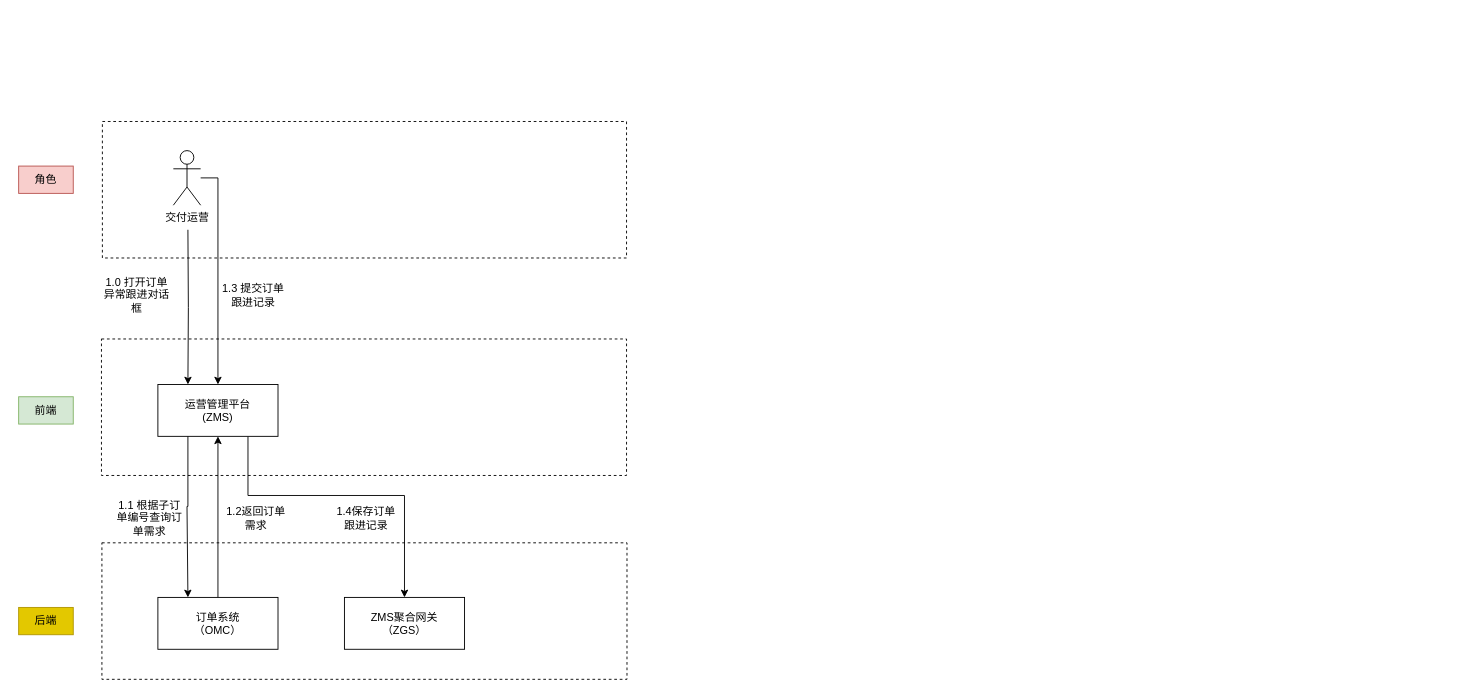
This is page "Page-1" (1 of 2) of docs/prd_01.drawio from lokiworks/codebase, a draw.io file, before an edit. Source tidied: cells renumbered, new cells numbered last; positions are measured from the earlier drawing's top-left corner, leaving out a move shared by most shapes. Both pictures are drawn from the tidied source at 91%, with x=0, y=0 at pixel (18, 121).
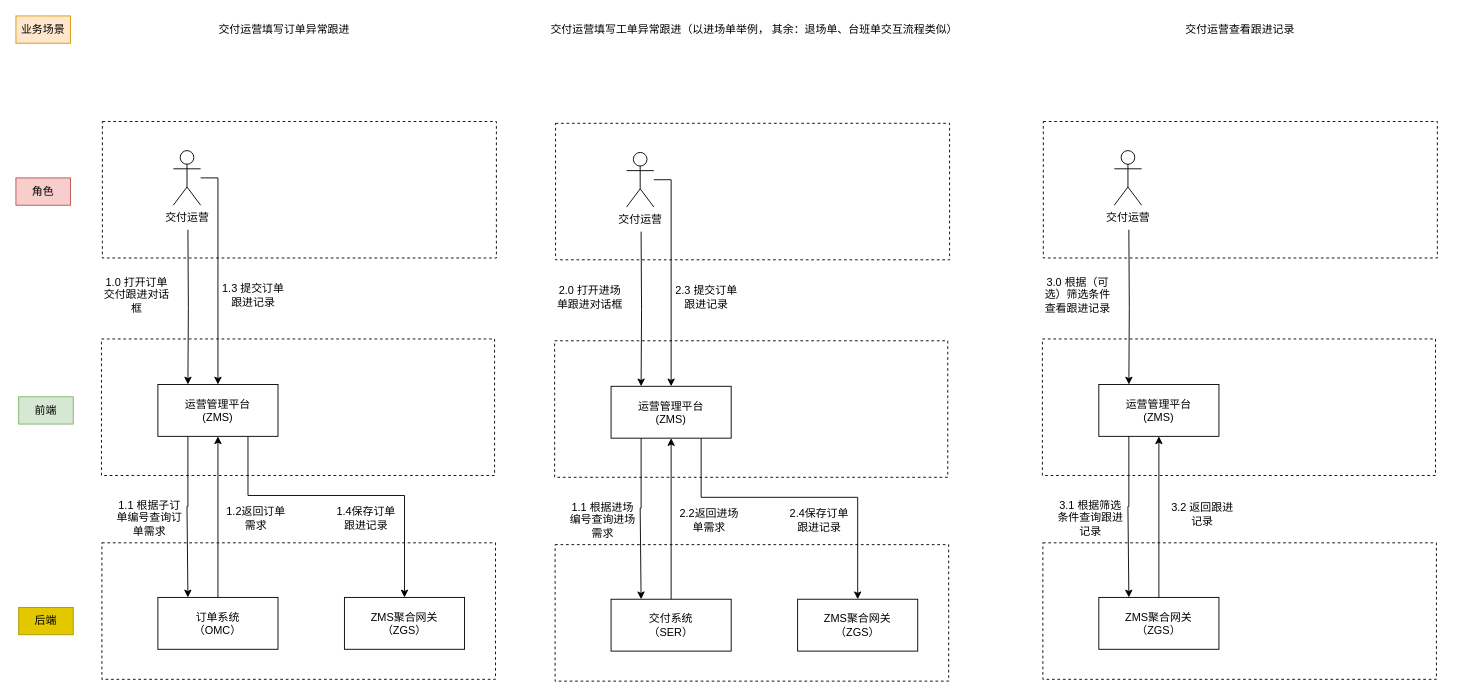
After the change.

Change to the diagram source:
```diff
@@
     <mxCell id="2" style="rounded=0;whiteSpace=wrap;html=1;dashed=1;" parent="1" vertex="1">
-      <mxGeometry x="91.5" y="463" width="577" height="150" as="geometry" />
+      <mxGeometry x="91.5" y="463" width="432.5" height="150" as="geometry" />
     </mxCell>
     <mxCell id="3" style="rounded=0;whiteSpace=wrap;html=1;dashed=1;" parent="1" vertex="1">
-      <mxGeometry x="91" y="239" width="577" height="150" as="geometry" />
+      <mxGeometry x="91" y="239" width="432" height="150" as="geometry" />
     </mxCell>
     <mxCell id="4" style="rounded=0;whiteSpace=wrap;html=1;dashed=1;" parent="1" vertex="1">
-      <mxGeometry x="92" width="576" height="150" as="geometry" />
+      <mxGeometry x="92" width="433" height="150" as="geometry" />
     </mxCell>
@@
     <mxCell id="12" value="角色" style="text;html=1;strokeColor=#b85450;fillColor=#f8cecc;align=center;verticalAlign=middle;whiteSpace=wrap;rounded=0;" parent="1" vertex="1">
-      <mxGeometry y="49" width="60" height="30" as="geometry" />
+      <mxGeometry x="-3" y="62" width="60" height="30" as="geometry" />
     </mxCell>
@@
-    <mxCell id="15" value="1.0 打开订单异常跟进对话框" style="text;html=1;strokeColor=none;fillColor=none;align=center;verticalAlign=middle;whiteSpace=wrap;rounded=0;dashed=1;" parent="1" vertex="1">
+    <mxCell id="15" value="1.0 打开订单交付跟进对话框" style="text;html=1;strokeColor=none;fillColor=none;align=center;verticalAlign=middle;whiteSpace=wrap;rounded=0;dashed=1;" parent="1" vertex="1">
       <mxGeometry x="92" y="173" width="76" height="36" as="geometry" />
     </mxCell>
@@
+    <mxCell id="22" value="业务场景" style="text;html=1;strokeColor=#d79b00;fillColor=#ffe6cc;align=center;verticalAlign=middle;whiteSpace=wrap;rounded=0;" parent="1" vertex="1">
+      <mxGeometry x="-3" y="-116" width="60" height="30" as="geometry" />
+    </mxCell>
+    <mxCell id="23" value="交付运营填写订单异常跟进" style="text;html=1;strokeColor=none;fillColor=none;align=center;verticalAlign=middle;whiteSpace=wrap;rounded=0;" parent="1" vertex="1">
+      <mxGeometry x="214" y="-116" width="156" height="30" as="geometry" />
+    </mxCell>
+    <mxCell id="24" style="rounded=0;whiteSpace=wrap;html=1;dashed=1;" parent="1" vertex="1">
+      <mxGeometry x="589.5" y="465" width="432.5" height="150" as="geometry" />
+    </mxCell>
+    <mxCell id="25" style="rounded=0;whiteSpace=wrap;html=1;dashed=1;" parent="1" vertex="1">
+      <mxGeometry x="589" y="241" width="432" height="150" as="geometry" />
+    </mxCell>
+    <mxCell id="26" style="rounded=0;whiteSpace=wrap;html=1;dashed=1;" parent="1" vertex="1">
+      <mxGeometry x="590" y="2" width="433" height="150" as="geometry" />
+    </mxCell>
+    <mxCell id="27" style="edgeStyle=orthogonalEdgeStyle;rounded=0;jettySize=auto;html=1;exitX=0.75;exitY=1;exitDx=0;exitDy=0;" parent="1" edge="1" source="28" target="38">
+      <mxGeometry relative="1" as="geometry">
+        <Array as="points">
+          <mxPoint x="750" y="413" />
+          <mxPoint x="922" y="413" />
+        </Array>
+      </mxGeometry>
+    </mxCell>
+    <mxCell id="28" value="运营管理平台&lt;br&gt;(ZMS)" style="rounded=0;whiteSpace=wrap;html=1;" parent="1" vertex="1">
+      <mxGeometry x="651" y="291" width="132" height="57" as="geometry" />
+    </mxCell>
+    <mxCell id="29" style="edgeStyle=orthogonalEdgeStyle;rounded=0;jettySize=auto;html=1;entryX=0.25;entryY=0;entryDx=0;entryDy=0;" parent="1" edge="1" target="28">
+      <mxGeometry relative="1" as="geometry">
+        <mxPoint x="684" y="121" as="sourcePoint" />
+      </mxGeometry>
+    </mxCell>
+    <mxCell id="30" style="edgeStyle=orthogonalEdgeStyle;rounded=0;jettySize=auto;html=1;entryX=0.5;entryY=0;entryDx=0;entryDy=0;" parent="1" edge="1" source="31" target="28">
+      <mxGeometry relative="1" as="geometry">
+        <Array as="points">
+          <mxPoint x="717" y="64" />
+        </Array>
+      </mxGeometry>
+    </mxCell>
+    <mxCell id="31" value="交付运营" style="shape=umlActor;verticalLabelPosition=bottom;verticalAlign=top;html=1;outlineConnect=0;" parent="1" vertex="1">
+      <mxGeometry x="668" y="34" width="30" height="60" as="geometry" />
+    </mxCell>
+    <mxCell id="32" style="edgeStyle=orthogonalEdgeStyle;rounded=0;jettySize=auto;html=1;exitX=0.5;exitY=0;exitDx=0;exitDy=0;entryX=0.5;entryY=1;entryDx=0;entryDy=0;" parent="1" edge="1" source="33" target="28">
+      <mxGeometry relative="1" as="geometry" />
+    </mxCell>
+    <mxCell id="33" value="交付系统&lt;br&gt;（SER）" style="rounded=0;whiteSpace=wrap;html=1;" parent="1" vertex="1">
+      <mxGeometry x="651" y="525" width="132" height="57" as="geometry" />
+    </mxCell>
+    <mxCell id="34" value="2.0 打开进场单跟进对话框" style="text;html=1;strokeColor=none;fillColor=none;align=center;verticalAlign=middle;whiteSpace=wrap;rounded=0;dashed=1;" parent="1" vertex="1">
+      <mxGeometry x="590" y="175" width="76" height="36" as="geometry" />
+    </mxCell>
+    <mxCell id="35" style="edgeStyle=orthogonalEdgeStyle;rounded=0;jettySize=auto;html=1;exitX=0.25;exitY=1;exitDx=0;exitDy=0;entryX=0.25;entryY=0;entryDx=0;entryDy=0;" parent="1" edge="1" source="28" target="33">
+      <mxGeometry relative="1" as="geometry">
+        <Array as="points">
+          <mxPoint x="684" y="425" />
+          <mxPoint x="683" y="425" />
+          <mxPoint x="683" y="525" />
+        </Array>
+      </mxGeometry>
+    </mxCell>
+    <mxCell id="36" value="1.1 根据进场编号查询进场需求" style="text;html=1;strokeColor=none;fillColor=none;align=center;verticalAlign=middle;whiteSpace=wrap;rounded=0;dashed=1;" parent="1" vertex="1">
+      <mxGeometry x="604" y="420" width="76" height="36" as="geometry" />
+    </mxCell>
+    <mxCell id="37" value="2.2返回进场单需求" style="text;html=1;strokeColor=none;fillColor=none;align=center;verticalAlign=middle;whiteSpace=wrap;rounded=0;dashed=1;" parent="1" vertex="1">
+      <mxGeometry x="721" y="420" width="76" height="36" as="geometry" />
+    </mxCell>
+    <mxCell id="38" value="ZMS聚合网关&lt;br&gt;（ZGS）" style="rounded=0;whiteSpace=wrap;html=1;" parent="1" vertex="1">
+      <mxGeometry x="856" y="525" width="132" height="57" as="geometry" />
+    </mxCell>
+    <mxCell id="39" value="2.4保存订单跟进记录" style="text;html=1;strokeColor=none;fillColor=none;align=center;verticalAlign=middle;whiteSpace=wrap;rounded=0;dashed=1;" parent="1" vertex="1">
+      <mxGeometry x="842" y="420" width="76" height="36" as="geometry" />
+    </mxCell>
+    <mxCell id="40" value="2.3 提交订单跟进记录" style="text;html=1;strokeColor=none;fillColor=none;align=center;verticalAlign=middle;whiteSpace=wrap;rounded=0;dashed=1;" parent="1" vertex="1">
+      <mxGeometry x="718" y="175" width="76" height="36" as="geometry" />
+    </mxCell>
+    <mxCell id="41" value="交付运营填写工单异常跟进（以进场单举例， 其余：退场单、台班单交互流程类似）" style="text;html=1;strokeColor=none;fillColor=none;align=center;verticalAlign=middle;whiteSpace=wrap;rounded=0;" parent="1" vertex="1">
+      <mxGeometry x="582" y="-116" width="453" height="30" as="geometry" />
+    </mxCell>
+    <mxCell id="42" style="rounded=0;whiteSpace=wrap;html=1;dashed=1;" parent="1" vertex="1">
+      <mxGeometry x="1125.5" y="463" width="432.5" height="150" as="geometry" />
+    </mxCell>
+    <mxCell id="43" style="rounded=0;whiteSpace=wrap;html=1;dashed=1;" parent="1" vertex="1">
+      <mxGeometry x="1125" y="239" width="432" height="150" as="geometry" />
+    </mxCell>
+    <mxCell id="44" style="rounded=0;whiteSpace=wrap;html=1;dashed=1;" parent="1" vertex="1">
+      <mxGeometry x="1126" width="433" height="150" as="geometry" />
+    </mxCell>
+    <mxCell id="45" value="运营管理平台&lt;br&gt;(ZMS)" style="rounded=0;whiteSpace=wrap;html=1;" parent="1" vertex="1">
+      <mxGeometry x="1187" y="289" width="132" height="57" as="geometry" />
+    </mxCell>
+    <mxCell id="46" style="edgeStyle=orthogonalEdgeStyle;rounded=0;jettySize=auto;html=1;entryX=0.25;entryY=0;entryDx=0;entryDy=0;" parent="1" edge="1" target="45">
+      <mxGeometry relative="1" as="geometry">
+        <mxPoint x="1220" y="119" as="sourcePoint" />
+      </mxGeometry>
+    </mxCell>
+    <mxCell id="47" value="交付运营" style="shape=umlActor;verticalLabelPosition=bottom;verticalAlign=top;html=1;" parent="1" vertex="1">
+      <mxGeometry x="1204" y="32" width="30" height="60" as="geometry" />
+    </mxCell>
+    <mxCell id="48" style="edgeStyle=orthogonalEdgeStyle;rounded=0;jettySize=auto;html=1;exitX=0.5;exitY=0;exitDx=0;exitDy=0;entryX=0.5;entryY=1;entryDx=0;entryDy=0;" parent="1" edge="1" source="49" target="45">
+      <mxGeometry relative="1" as="geometry" />
+    </mxCell>
+    <mxCell id="49" value="ZMS聚合网关&lt;br&gt;（ZGS）" style="rounded=0;whiteSpace=wrap;html=1;" parent="1" vertex="1">
+      <mxGeometry x="1187" y="523" width="132" height="57" as="geometry" />
+    </mxCell>
+    <mxCell id="50" value="3.0 根据（可选）筛选条件查看跟进记录" style="text;html=1;strokeColor=none;fillColor=none;align=center;verticalAlign=middle;whiteSpace=wrap;rounded=0;dashed=1;" parent="1" vertex="1">
+      <mxGeometry x="1126" y="173" width="76" height="36" as="geometry" />
+    </mxCell>
+    <mxCell id="51" style="edgeStyle=orthogonalEdgeStyle;rounded=0;jettySize=auto;html=1;exitX=0.25;exitY=1;exitDx=0;exitDy=0;entryX=0.25;entryY=0;entryDx=0;entryDy=0;" parent="1" edge="1" source="45" target="49">
+      <mxGeometry relative="1" as="geometry">
+        <Array as="points">
+          <mxPoint x="1220" y="423" />
+          <mxPoint x="1219" y="423" />
+          <mxPoint x="1219" y="523" />
+        </Array>
+      </mxGeometry>
+    </mxCell>
+    <mxCell id="52" value="3.1 根据筛选条件查询跟进记录" style="text;html=1;strokeColor=none;fillColor=none;align=center;verticalAlign=middle;whiteSpace=wrap;rounded=0;dashed=1;" parent="1" vertex="1">
+      <mxGeometry x="1140" y="418" width="76" height="36" as="geometry" />
+    </mxCell>
+    <mxCell id="53" value="交付运营查看跟进记录" style="text;html=1;strokeColor=none;fillColor=none;align=center;verticalAlign=middle;whiteSpace=wrap;rounded=0;" parent="1" vertex="1">
+      <mxGeometry x="1116" y="-116" width="453" height="30" as="geometry" />
+    </mxCell>
+    <mxCell id="54" value="3.2 返回跟进记录" style="text;html=1;strokeColor=none;fillColor=none;align=center;verticalAlign=middle;whiteSpace=wrap;rounded=0;dashed=1;" parent="1" vertex="1">
+      <mxGeometry x="1263" y="414" width="76" height="36" as="geometry" />
+    </mxCell>
```
